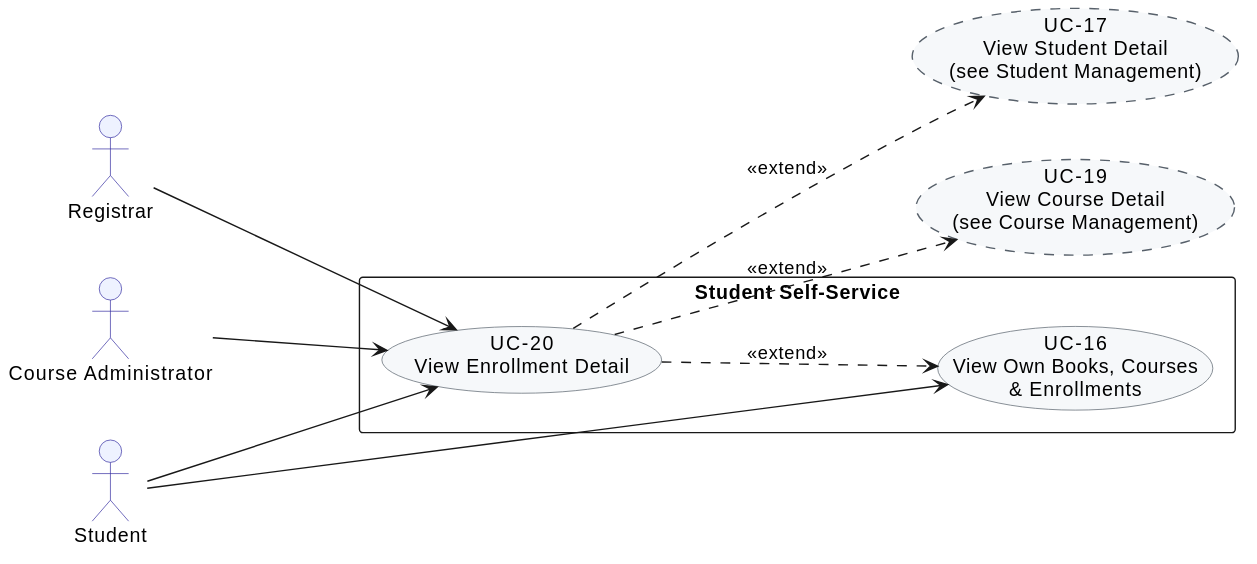
Before: docs/BA-docs/use-case-diagram-assets/06-student-self-service.svg, a diagram exported from PlantUML (phuchoang2005/Student-Management-System).
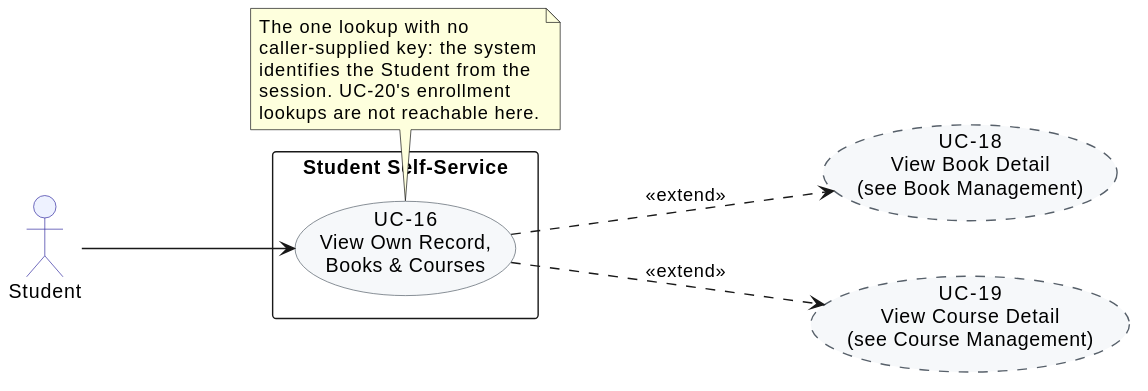
After the commit.

Diff of the diagram source:
```diff
@@ -12,24 +12,25 @@
   BorderColor #3730A3
 }
 
-actor Registrar
-actor "Course Administrator" as CourseAdmin
 actor Student
 
 rectangle "Student Self-Service" {
-  usecase "UC-16\nView Own Books, Courses\n& Enrollments" as UC16
-  usecase "UC-20\nView Enrollment Detail" as UC20
+  usecase "UC-16\nView Own Record,\nBooks & Courses" as UC16
 }
 
-usecase "UC-17\nView Student Detail\n(see Student Management)" as UC17ext #line.dashed
+usecase "UC-18\nView Book Detail\n(see Book Management)" as UC18ext #line.dashed
 usecase "UC-19\nView Course Detail\n(see Course Management)" as UC19ext #line.dashed
 
 Student --> UC16
-Student --> UC20
-Registrar --> UC20
-CourseAdmin --> UC20
 
-UC20 ..> UC16 : <<extend>>
-UC20 ..> UC17ext : <<extend>>
-UC20 ..> UC19ext : <<extend>>
+UC16 ..> UC18ext : <<extend>>
+UC16 ..> UC19ext : <<extend>>
+
+note bottom of UC16
+  The one lookup with no
+  caller-supplied key: the system
+  identifies the Student from the
+  session. UC-20's enrollment
+  lookups are not reachable here.
+end note
 @enduml
```
